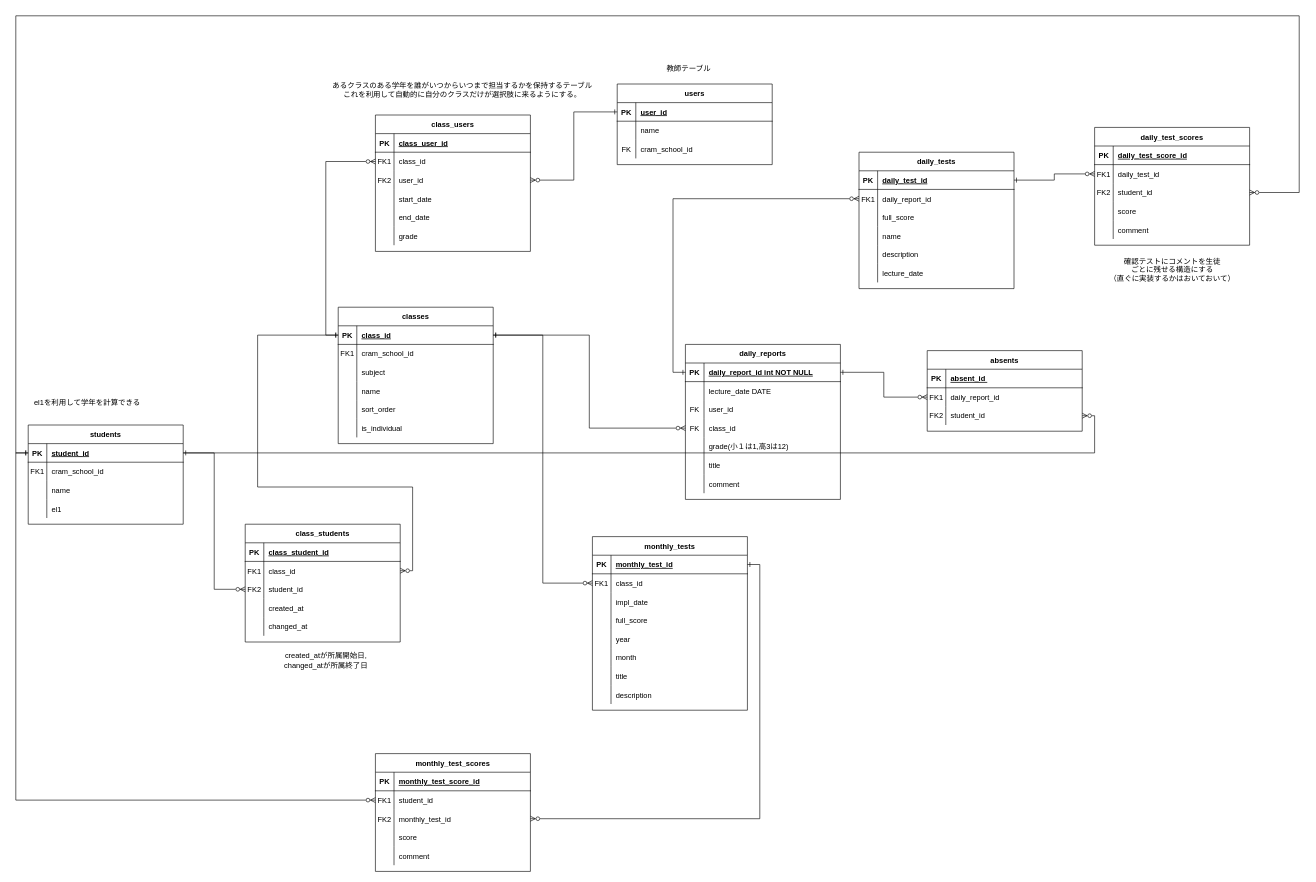
Earlier version of the draw.io diagram daily_report_ER_diagram.drawio (satoru817/4eachkeijiban). Source tidied: cells renumbered, new cells numbered last; positions are measured from the earlier drawing's top-left corner, leaving out a move shared by most shapes. Both pictures are drawn from the tidied source at 62%, with x=0, y=0 at pixel (16, 16).
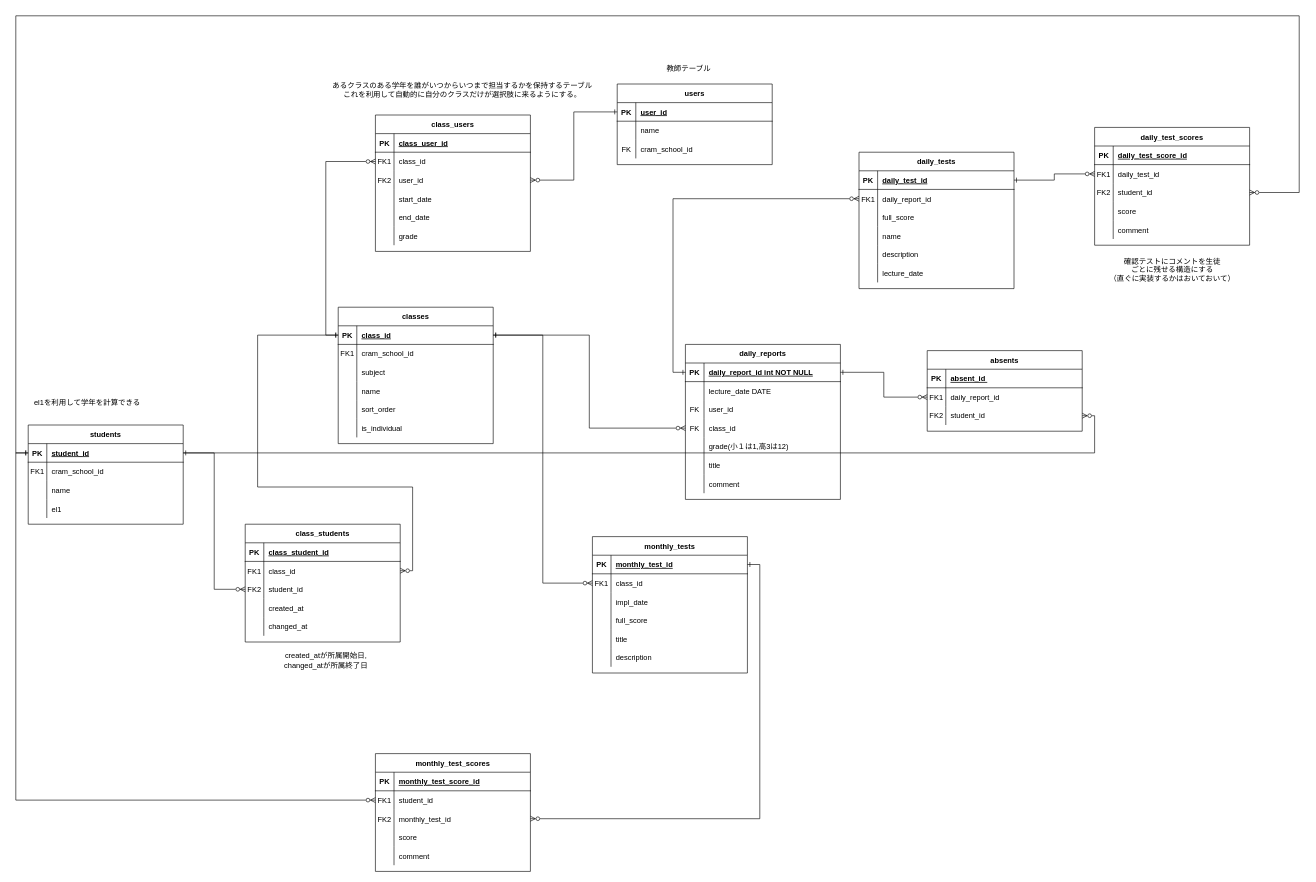
After the change.

Commit message (it also covers changes not shown here):
daily_report_ER_diagram.drawio を更新します

Diff of the diagram source:
```diff
@@
     <mxCell id="160" value="monthly_tests" style="shape=table;startSize=30;childLayout=tableLayout;rowLines=0;fontStyle=1;align=center;" parent="1" vertex="1">
-      <mxGeometry x="930" y="840" width="250" height="280" as="geometry" />
+      <mxGeometry x="930" y="840" width="250" height="220" as="geometry" />
     </mxCell>
@@
-    <mxCell id="173" style="shape=partialRectangle;fillColor=none;top=0;left=0;right=0;bottom=0;" parent="160" vertex="1">
-      <mxGeometry y="150" width="250" height="30" as="geometry" />
-    </mxCell>
-    <mxCell id="174" style="shape=partialRectangle;overflow=hidden;fillColor=none;top=0;left=0;bottom=0;right=0;" parent="173" vertex="1">
-      <mxGeometry width="30" height="30" as="geometry" />
-    </mxCell>
-    <mxCell id="175" value="year" style="shape=partialRectangle;overflow=hidden;fillColor=none;top=0;left=0;bottom=0;right=0;align=left;spacingLeft=6;" parent="173" vertex="1">
-      <mxGeometry x="30" width="220" height="30" as="geometry" />
-    </mxCell>
-    <mxCell id="176" style="shape=partialRectangle;fillColor=none;top=0;left=0;right=0;bottom=0;" parent="160" vertex="1">
-      <mxGeometry y="180" width="250" height="30" as="geometry" />
-    </mxCell>
-    <mxCell id="177" style="shape=partialRectangle;overflow=hidden;fillColor=none;top=0;left=0;bottom=0;right=0;" parent="176" vertex="1">
-      <mxGeometry width="30" height="30" as="geometry" />
-    </mxCell>
-    <mxCell id="178" value="month" style="shape=partialRectangle;overflow=hidden;fillColor=none;top=0;left=0;bottom=0;right=0;align=left;spacingLeft=6;" parent="176" vertex="1">
-      <mxGeometry x="30" width="220" height="30" as="geometry" />
-    </mxCell>
     <mxCell id="179" style="shape=partialRectangle;fillColor=none;top=0;left=0;right=0;bottom=0;" parent="160" vertex="1">
-      <mxGeometry y="210" width="250" height="30" as="geometry" />
+      <mxGeometry y="150" width="250" height="30" as="geometry" />
     </mxCell>
@@
     <mxCell id="182" style="shape=partialRectangle;fillColor=none;top=0;left=0;right=0;bottom=0;" parent="160" vertex="1">
-      <mxGeometry y="240" width="250" height="30" as="geometry" />
+      <mxGeometry y="180" width="250" height="30" as="geometry" />
     </mxCell>
```
